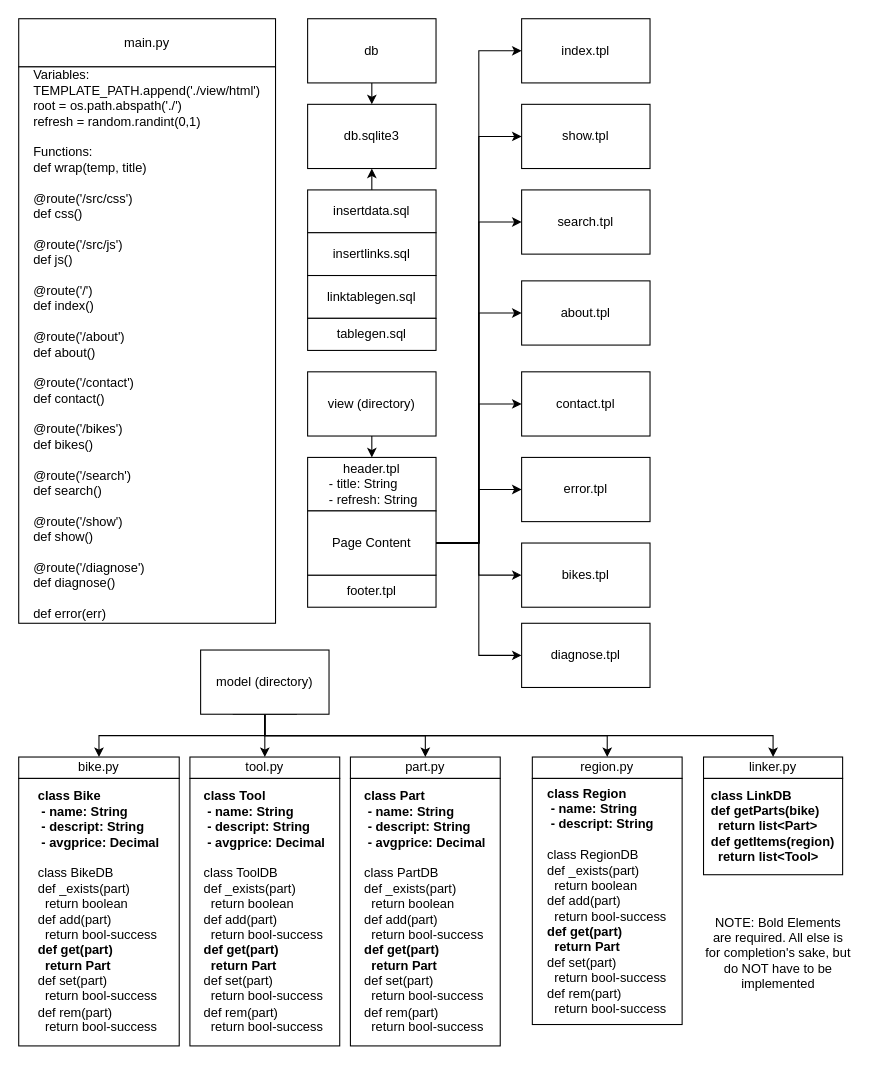
Before: diag/Static_View.drawio in kodeschreiber/ITIS4155, a draw.io diagram. Source tidied: cells renumbered, new cells numbered last; positions are measured from the earlier drawing's top-left corner, leaving out a move shared by most shapes. Both pictures are drawn from the tidied source at 107%, with x=0, y=0 at pixel (18, 18).
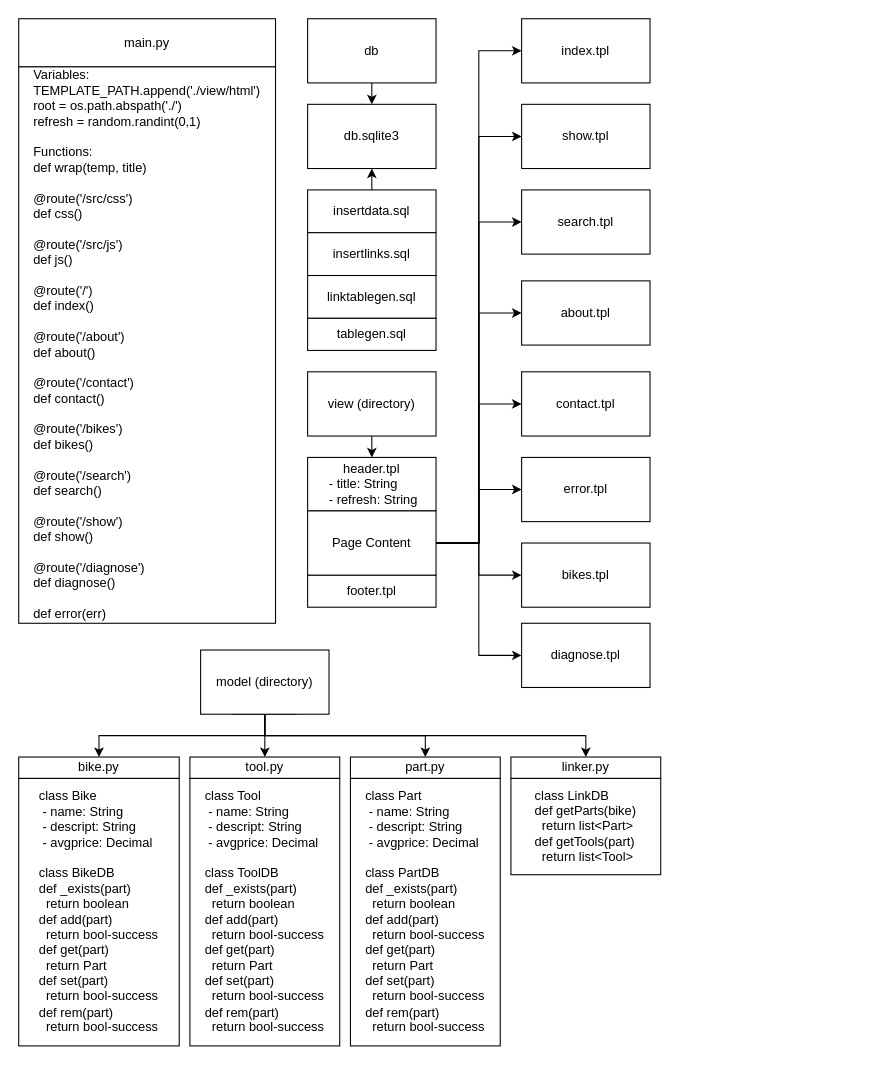
The same diagram, later.

Commit message (it also covers changes not shown here):
Moved all diagrams to diags

The change refers to these unchanged cells:
```xml
<mxCell id="9" value="model (directory)" style="rounded=0;whiteSpace=wrap;html=1;" parent="1" vertex="1">
  <mxGeometry x="170" y="590" width="120" height="60" as="geometry" />
</mxCell>
```

What changed in the source:
```diff
@@
-    <mxCell id="8" style="edgeStyle=orthogonalEdgeStyle;rounded=0;jettySize=auto;html=1;exitX=0.5;exitY=1;exitDx=0;exitDy=0;entryX=0.5;entryY=0;entryDx=0;entryDy=0;" parent="1" edge="1" source="9" target="47">
-      <mxGeometry relative="1" as="geometry" />
-    </mxCell>
@@
-    <mxCell id="28" value="&lt;div style=&quot;text-align: left&quot;&gt;&lt;b&gt;class Part&lt;/b&gt;&lt;/div&gt;&lt;div style=&quot;text-align: left&quot;&gt;&lt;b&gt;&amp;nbsp;- name: String&lt;/b&gt;&lt;/div&gt;&lt;div style=&quot;text-align: left&quot;&gt;&lt;b&gt;&amp;nbsp;- descript: String&lt;/b&gt;&lt;/div&gt;&lt;div style=&quot;text-align: left&quot;&gt;&lt;span&gt;&lt;b&gt;&amp;nbsp;- avgprice: Decimal&lt;/b&gt;&lt;/span&gt;&lt;br&gt;&lt;/div&gt;&lt;div style=&quot;text-align: left&quot;&gt;&lt;span&gt;&lt;br&gt;&lt;/span&gt;&lt;/div&gt;&lt;div&gt;&lt;div style=&quot;text-align: left&quot;&gt;class PartDB&lt;/div&gt;&lt;div style=&quot;text-align: left&quot;&gt;def _exists(part)&lt;/div&gt;&lt;div style=&quot;text-align: left&quot;&gt;&amp;nbsp; return boolean&lt;/div&gt;&lt;div style=&quot;text-align: left&quot;&gt;def add(part)&lt;/div&gt;&lt;div style=&quot;text-align: left&quot;&gt;&amp;nbsp; return bool-success&lt;/div&gt;&lt;div style=&quot;text-align: left&quot;&gt;&lt;b&gt;def get(part)&lt;/b&gt;&lt;/div&gt;&lt;div style=&quot;text-align: left&quot;&gt;&lt;b&gt;&amp;nbsp; return Part&lt;/b&gt;&lt;/div&gt;&lt;div style=&quot;text-align: left&quot;&gt;def set(part)&lt;/div&gt;&lt;div style=&quot;text-align: left&quot;&gt;&amp;nbsp; return bool-success&lt;/div&gt;&lt;div style=&quot;text-align: left&quot;&gt;def rem(part)&lt;/div&gt;&lt;div style=&quot;text-align: left&quot;&gt;&amp;nbsp; return bool-success&lt;/div&gt;&lt;/div&gt;" style="rounded=0;whiteSpace=wrap;html=1;" parent="1" vertex="1">
+    <mxCell id="28" value="&lt;div style=&quot;text-align: left&quot;&gt;class Part&lt;/div&gt;&lt;div style=&quot;text-align: left&quot;&gt;&amp;nbsp;- name: String&lt;/div&gt;&lt;div style=&quot;text-align: left&quot;&gt;&amp;nbsp;- descript: String&lt;/div&gt;&lt;div style=&quot;text-align: left&quot;&gt;&lt;span&gt;&amp;nbsp;- avgprice: Decimal&lt;/span&gt;&lt;br&gt;&lt;/div&gt;&lt;div style=&quot;text-align: left&quot;&gt;&lt;span&gt;&lt;br&gt;&lt;/span&gt;&lt;/div&gt;&lt;div&gt;&lt;div style=&quot;text-align: left&quot;&gt;class PartDB&lt;/div&gt;&lt;div style=&quot;text-align: left&quot;&gt;def _exists(part)&lt;/div&gt;&lt;div style=&quot;text-align: left&quot;&gt;&amp;nbsp; return boolean&lt;/div&gt;&lt;div style=&quot;text-align: left&quot;&gt;def add(part)&lt;/div&gt;&lt;div style=&quot;text-align: left&quot;&gt;&amp;nbsp; return bool-success&lt;/div&gt;&lt;div style=&quot;text-align: left&quot;&gt;def get(part)&lt;/div&gt;&lt;div style=&quot;text-align: left&quot;&gt;&amp;nbsp; return Part&lt;/div&gt;&lt;div style=&quot;text-align: left&quot;&gt;def set(part)&lt;/div&gt;&lt;div style=&quot;text-align: left&quot;&gt;&amp;nbsp; return bool-success&lt;/div&gt;&lt;div style=&quot;text-align: left&quot;&gt;def rem(part)&lt;/div&gt;&lt;div style=&quot;text-align: left&quot;&gt;&amp;nbsp; return bool-success&lt;/div&gt;&lt;/div&gt;" style="rounded=0;whiteSpace=wrap;html=1;" parent="1" vertex="1">
       <mxGeometry x="310" y="710" width="140" height="250" as="geometry" />
     </mxCell>
-    <mxCell id="29" value="&lt;div style=&quot;text-align: left&quot;&gt;&lt;b&gt;class Tool&lt;/b&gt;&lt;/div&gt;&lt;div&gt;&lt;div style=&quot;text-align: left&quot;&gt;&lt;b&gt;&amp;nbsp;- name: String&lt;/b&gt;&lt;/div&gt;&lt;div style=&quot;text-align: left&quot;&gt;&lt;b&gt;&amp;nbsp;- descript: String&lt;/b&gt;&lt;/div&gt;&lt;div style=&quot;text-align: left&quot;&gt;&lt;b&gt;&amp;nbsp;- avgprice: Decimal&lt;/b&gt;&lt;/div&gt;&lt;/div&gt;&lt;div style=&quot;text-align: left&quot;&gt;&lt;br&gt;&lt;/div&gt;&lt;div&gt;&lt;div style=&quot;text-align: left&quot;&gt;class ToolDB&lt;/div&gt;&lt;div&gt;&lt;div style=&quot;text-align: left&quot;&gt;def _exists(part)&lt;/div&gt;&lt;div style=&quot;text-align: left&quot;&gt;&amp;nbsp; return boolean&lt;/div&gt;&lt;div style=&quot;text-align: left&quot;&gt;def add(part)&lt;/div&gt;&lt;div style=&quot;text-align: left&quot;&gt;&amp;nbsp; return bool-success&lt;/div&gt;&lt;div style=&quot;text-align: left&quot;&gt;&lt;b&gt;def get(part)&lt;/b&gt;&lt;/div&gt;&lt;div style=&quot;text-align: left&quot;&gt;&lt;b&gt;&amp;nbsp; return Part&lt;/b&gt;&lt;/div&gt;&lt;div style=&quot;text-align: left&quot;&gt;def set(part)&lt;/div&gt;&lt;div style=&quot;text-align: left&quot;&gt;&amp;nbsp; return bool-success&lt;/div&gt;&lt;div style=&quot;text-align: left&quot;&gt;def rem(part)&lt;/div&gt;&lt;div style=&quot;text-align: left&quot;&gt;&amp;nbsp; return bool-success&lt;/div&gt;&lt;/div&gt;&lt;/div&gt;" style="rounded=0;whiteSpace=wrap;html=1;" parent="1" vertex="1">
+    <mxCell id="29" value="&lt;div style=&quot;text-align: left&quot;&gt;class Tool&lt;/div&gt;&lt;div&gt;&lt;div style=&quot;text-align: left&quot;&gt;&amp;nbsp;- name: String&lt;/div&gt;&lt;div style=&quot;text-align: left&quot;&gt;&amp;nbsp;- descript: String&lt;/div&gt;&lt;div style=&quot;text-align: left&quot;&gt;&amp;nbsp;- avgprice: Decimal&lt;/div&gt;&lt;/div&gt;&lt;div style=&quot;text-align: left&quot;&gt;&lt;br&gt;&lt;/div&gt;&lt;div&gt;&lt;div style=&quot;text-align: left&quot;&gt;class ToolDB&lt;/div&gt;&lt;div&gt;&lt;div style=&quot;text-align: left&quot;&gt;def _exists(part)&lt;/div&gt;&lt;div style=&quot;text-align: left&quot;&gt;&amp;nbsp; return boolean&lt;/div&gt;&lt;div style=&quot;text-align: left&quot;&gt;def add(part)&lt;/div&gt;&lt;div style=&quot;text-align: left&quot;&gt;&amp;nbsp; return bool-success&lt;/div&gt;&lt;div style=&quot;text-align: left&quot;&gt;def get(part)&lt;/div&gt;&lt;div style=&quot;text-align: left&quot;&gt;&amp;nbsp; return Part&lt;/div&gt;&lt;div style=&quot;text-align: left&quot;&gt;def set(part)&lt;/div&gt;&lt;div style=&quot;text-align: left&quot;&gt;&amp;nbsp; return bool-success&lt;/div&gt;&lt;div style=&quot;text-align: left&quot;&gt;def rem(part)&lt;/div&gt;&lt;div style=&quot;text-align: left&quot;&gt;&amp;nbsp; return bool-success&lt;/div&gt;&lt;/div&gt;&lt;/div&gt;" style="rounded=0;whiteSpace=wrap;html=1;" parent="1" vertex="1">
       <mxGeometry x="160" y="710" width="140" height="250" as="geometry" />
     </mxCell>
-    <mxCell id="30" value="&lt;div style=&quot;text-align: left&quot;&gt;&lt;br&gt;&lt;/div&gt;&lt;div style=&quot;text-align: left&quot;&gt;&lt;b&gt;class Bike&lt;/b&gt;&lt;/div&gt;&lt;div&gt;&lt;div style=&quot;text-align: left&quot;&gt;&lt;b&gt;&amp;nbsp;- name: String&lt;/b&gt;&lt;/div&gt;&lt;div style=&quot;text-align: left&quot;&gt;&lt;b&gt;&amp;nbsp;- descript: String&lt;/b&gt;&lt;/div&gt;&lt;div style=&quot;text-align: left&quot;&gt;&lt;b&gt;&amp;nbsp;- avgprice: Decimal&lt;/b&gt;&lt;/div&gt;&lt;/div&gt;&lt;div&gt;&lt;div&gt;&lt;div style=&quot;text-align: left&quot;&gt;&lt;br&gt;&lt;/div&gt;&lt;div style=&quot;text-align: left&quot;&gt;class BikeDB&lt;/div&gt;&lt;div&gt;&lt;div style=&quot;text-align: left&quot;&gt;def _exists(part)&lt;/div&gt;&lt;div style=&quot;text-align: left&quot;&gt;&amp;nbsp; return boolean&lt;/div&gt;&lt;div style=&quot;text-align: left&quot;&gt;def add(part)&lt;/div&gt;&lt;div style=&quot;text-align: left&quot;&gt;&amp;nbsp; return bool-success&lt;/div&gt;&lt;div style=&quot;text-align: left&quot;&gt;&lt;b&gt;def get(part)&lt;/b&gt;&lt;/div&gt;&lt;div style=&quot;text-align: left&quot;&gt;&lt;b&gt;&amp;nbsp; return Part&lt;/b&gt;&lt;/div&gt;&lt;div style=&quot;text-align: left&quot;&gt;def set(part)&lt;/div&gt;&lt;div style=&quot;text-align: left&quot;&gt;&amp;nbsp; return bool-success&lt;/div&gt;&lt;div style=&quot;text-align: left&quot;&gt;def rem(part)&lt;/div&gt;&lt;div style=&quot;text-align: left&quot;&gt;&amp;nbsp; return bool-success&lt;/div&gt;&lt;/div&gt;&lt;/div&gt;&lt;/div&gt;&lt;div style=&quot;text-align: left&quot;&gt;&lt;br&gt;&lt;/div&gt;" style="rounded=0;whiteSpace=wrap;html=1;" parent="1" vertex="1">
+    <mxCell id="30" value="&lt;div style=&quot;text-align: left&quot;&gt;&lt;br&gt;&lt;/div&gt;&lt;div style=&quot;text-align: left&quot;&gt;class Bike&lt;/div&gt;&lt;div&gt;&lt;div style=&quot;text-align: left&quot;&gt;&amp;nbsp;- name: String&lt;/div&gt;&lt;div style=&quot;text-align: left&quot;&gt;&amp;nbsp;- descript: String&lt;/div&gt;&lt;div style=&quot;text-align: left&quot;&gt;&amp;nbsp;- avgprice: Decimal&lt;/div&gt;&lt;/div&gt;&lt;div&gt;&lt;div&gt;&lt;div style=&quot;text-align: left&quot;&gt;&lt;br&gt;&lt;/div&gt;&lt;div style=&quot;text-align: left&quot;&gt;class BikeDB&lt;/div&gt;&lt;div&gt;&lt;div style=&quot;text-align: left&quot;&gt;def _exists(part)&lt;/div&gt;&lt;div style=&quot;text-align: left&quot;&gt;&amp;nbsp; return boolean&lt;/div&gt;&lt;div style=&quot;text-align: left&quot;&gt;def add(part)&lt;/div&gt;&lt;div style=&quot;text-align: left&quot;&gt;&amp;nbsp; return bool-success&lt;/div&gt;&lt;div style=&quot;text-align: left&quot;&gt;def get(part)&lt;/div&gt;&lt;div style=&quot;text-align: left&quot;&gt;&amp;nbsp; return Part&lt;/div&gt;&lt;div style=&quot;text-align: left&quot;&gt;def set(part)&lt;/div&gt;&lt;div style=&quot;text-align: left&quot;&gt;&amp;nbsp; return bool-success&lt;/div&gt;&lt;div style=&quot;text-align: left&quot;&gt;def rem(part)&lt;/div&gt;&lt;div style=&quot;text-align: left&quot;&gt;&amp;nbsp; return bool-success&lt;/div&gt;&lt;/div&gt;&lt;/div&gt;&lt;/div&gt;&lt;div style=&quot;text-align: left&quot;&gt;&lt;br&gt;&lt;/div&gt;" style="rounded=0;whiteSpace=wrap;html=1;" parent="1" vertex="1">
       <mxGeometry y="710" width="150" height="250" as="geometry" />
     </mxCell>
@@
     <mxCell id="42" value="linker.py&lt;br&gt;" style="rounded=0;whiteSpace=wrap;html=1;" parent="1" vertex="1">
-      <mxGeometry x="640" y="690" width="130" height="20" as="geometry" />
+      <mxGeometry x="460" y="690" width="140" height="20" as="geometry" />
     </mxCell>
-    <mxCell id="43" value="&lt;div style=&quot;text-align: left&quot;&gt;&lt;b&gt;class LinkDB&lt;/b&gt;&lt;/div&gt;&lt;div style=&quot;text-align: left&quot;&gt;&lt;b&gt;def getParts(bike)&lt;/b&gt;&lt;/div&gt;&lt;div style=&quot;text-align: left&quot;&gt;&lt;b&gt;&amp;nbsp; return list&amp;lt;Part&amp;gt;&lt;/b&gt;&lt;/div&gt;&lt;div style=&quot;text-align: left&quot;&gt;&lt;b&gt;def getItems(region)&lt;/b&gt;&lt;/div&gt;&lt;div style=&quot;text-align: left&quot;&gt;&lt;b&gt;&amp;nbsp; return list&amp;lt;Tool&amp;gt;&lt;/b&gt;&lt;/div&gt;" style="rounded=0;whiteSpace=wrap;html=1;" parent="1" vertex="1">
-      <mxGeometry x="640" y="710" width="130" height="90" as="geometry" />
+    <mxCell id="43" value="&lt;div style=&quot;text-align: left&quot;&gt;class LinkDB&lt;/div&gt;&lt;div style=&quot;text-align: left&quot;&gt;def getParts(bike)&lt;/div&gt;&lt;div style=&quot;text-align: left&quot;&gt;&amp;nbsp; return list&amp;lt;Part&amp;gt;&lt;/div&gt;&lt;div style=&quot;text-align: left&quot;&gt;def getTools(part)&lt;/div&gt;&lt;div style=&quot;text-align: left&quot;&gt;&amp;nbsp; return list&amp;lt;Tool&amp;gt;&lt;/div&gt;" style="rounded=0;whiteSpace=wrap;html=1;" parent="1" vertex="1">
+      <mxGeometry x="460" y="710" width="140" height="90" as="geometry" />
     </mxCell>
@@
-    <mxCell id="47" value="region.py&lt;br&gt;" style="rounded=0;whiteSpace=wrap;html=1;" parent="1" vertex="1">
-      <mxGeometry x="480" y="690" width="140" height="20" as="geometry" />
-    </mxCell>
-    <mxCell id="48" value="&lt;div style=&quot;text-align: left&quot;&gt;&lt;b&gt;class Region&lt;/b&gt;&lt;/div&gt;&lt;div style=&quot;text-align: left&quot;&gt;&lt;span&gt;&lt;b&gt;&amp;nbsp;- name: String&lt;/b&gt;&lt;/span&gt;&lt;/div&gt;&lt;div style=&quot;text-align: left&quot;&gt;&lt;b&gt;&amp;nbsp;- descript: String&lt;/b&gt;&lt;/div&gt;&lt;div style=&quot;text-align: left&quot;&gt;&lt;span&gt;&lt;br&gt;&lt;/span&gt;&lt;/div&gt;&lt;div&gt;&lt;div style=&quot;text-align: left&quot;&gt;class RegionDB&lt;/div&gt;&lt;div style=&quot;text-align: left&quot;&gt;def _exists(part)&lt;/div&gt;&lt;div style=&quot;text-align: left&quot;&gt;&amp;nbsp; return boolean&lt;/div&gt;&lt;div style=&quot;text-align: left&quot;&gt;def add(part)&lt;/div&gt;&lt;div style=&quot;text-align: left&quot;&gt;&amp;nbsp; return bool-success&lt;/div&gt;&lt;div style=&quot;text-align: left&quot;&gt;&lt;b&gt;def get(part)&lt;/b&gt;&lt;/div&gt;&lt;div style=&quot;text-align: left&quot;&gt;&lt;b&gt;&amp;nbsp; return Part&lt;/b&gt;&lt;/div&gt;&lt;div style=&quot;text-align: left&quot;&gt;def set(part)&lt;/div&gt;&lt;div style=&quot;text-align: left&quot;&gt;&amp;nbsp; return bool-success&lt;/div&gt;&lt;div style=&quot;text-align: left&quot;&gt;def rem(part)&lt;/div&gt;&lt;div style=&quot;text-align: left&quot;&gt;&amp;nbsp; return bool-success&lt;/div&gt;&lt;/div&gt;" style="rounded=0;whiteSpace=wrap;html=1;" parent="1" vertex="1">
-      <mxGeometry x="480" y="710" width="140" height="230" as="geometry" />
-    </mxCell>
-    <mxCell id="49" value="NOTE: Bold Elements are required. All else is for completion's sake, but do NOT have to be implemented" style="text;html=1;strokeColor=none;fillColor=none;align=center;verticalAlign=middle;whiteSpace=wrap;rounded=0;" parent="1" vertex="1">
-      <mxGeometry x="640" y="825" width="140" height="95" as="geometry" />
-    </mxCell>
```
